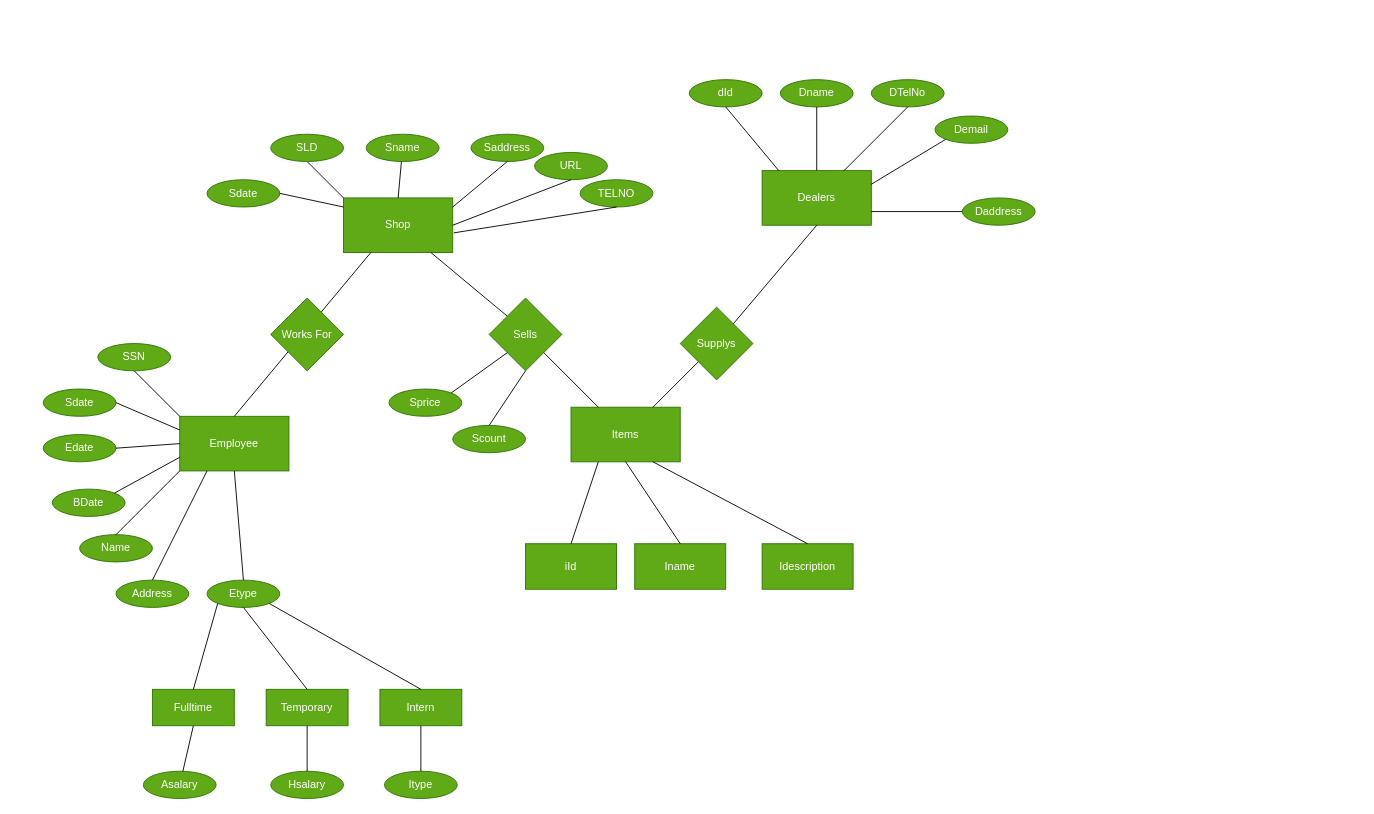
Before: EER_Diagram.drawio in n1ck007/cse3330_project, a draw.io diagram. Source tidied: cells renumbered, new cells numbered last; positions are measured from the earlier drawing's top-left corner, leaving out a move shared by most shapes. Both pictures are drawn from the tidied source at 91%, with x=0, y=0 at pixel (43, 79).
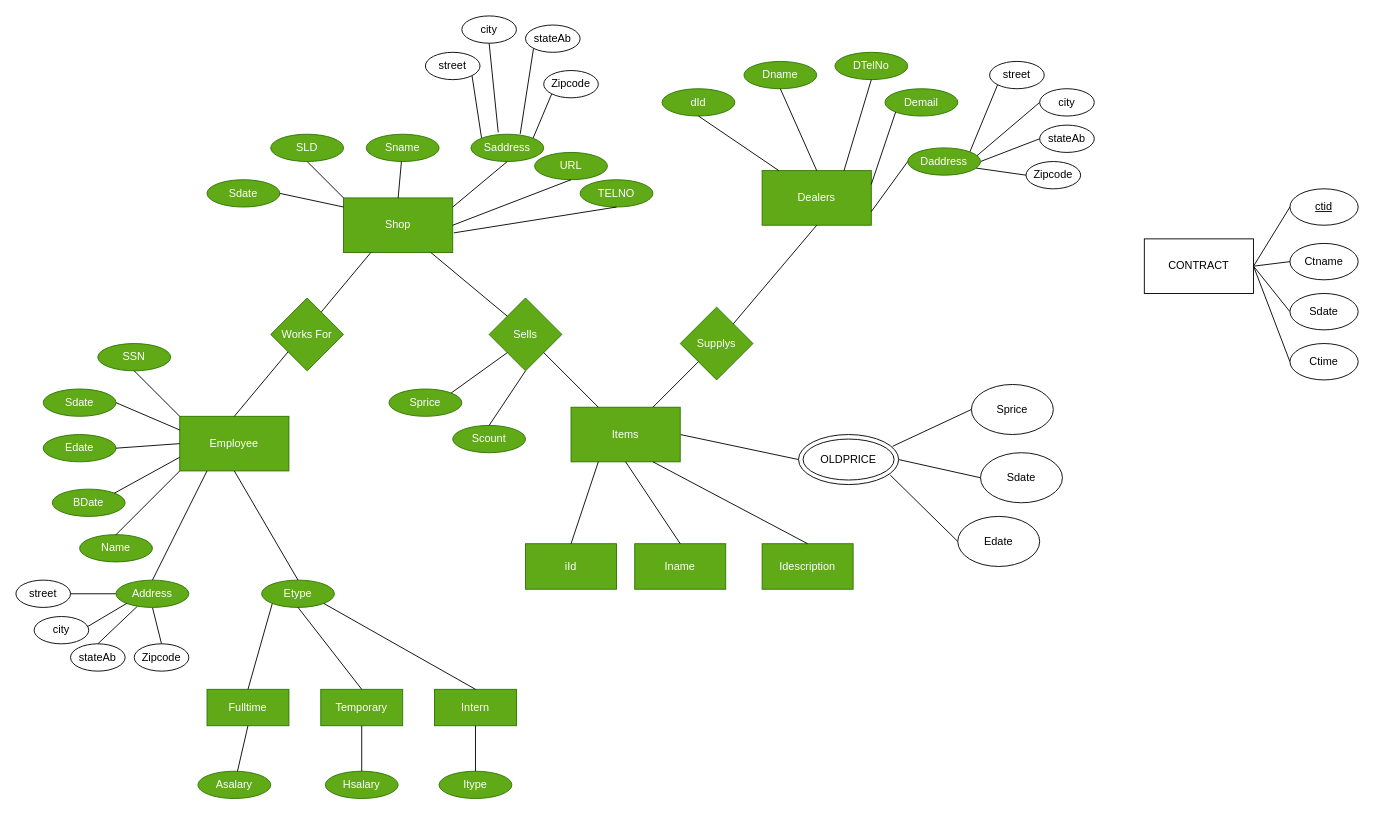
After the change.

The change refers to these unchanged cells:
```xml
<mxCell id="7" value="Saddress" style="ellipse;whiteSpace=wrap;html=1;fillColor=#60a917;fontColor=#ffffff;strokeColor=#2D7600;" parent="1" vertex="1">
  <mxGeometry x="470" y="60" width="80" height="30" as="geometry" />
</mxCell>
<mxCell id="23" value="Address" style="ellipse;whiteSpace=wrap;html=1;fillColor=#60a917;fontColor=#ffffff;strokeColor=#2D7600;" parent="1" vertex="1">
  <mxGeometry x="80" y="550" width="80" height="30" as="geometry" />
</mxCell>
<mxCell id="32" value="Items" style="rounded=0;whiteSpace=wrap;html=1;fillColor=#60a917;fontColor=#ffffff;strokeColor=#2D7600;" parent="1" vertex="1">
  <mxGeometry x="580" y="360" width="120" height="60" as="geometry" />
</mxCell>
```

The edit, as a diff of the source:
```diff
@@
+    <mxCell id="72" style="edgeStyle=none;rounded=0;jettySize=auto;html=1;exitX=0;exitY=0;exitDx=0;exitDy=0;entryX=1;entryY=1;entryDx=0;entryDy=0;fontFamily=Helvetica;fontSize=12;fontColor=default;endArrow=none;endFill=0;" parent="1" edge="1" source="7" target="104">
+      <mxGeometry relative="1" as="geometry" />
+    </mxCell>
+    <mxCell id="73" style="edgeStyle=none;rounded=0;jettySize=auto;html=1;entryX=0.5;entryY=1;entryDx=0;entryDy=0;fontFamily=Helvetica;fontSize=12;fontColor=default;endArrow=none;endFill=0;exitX=0.375;exitY=-0.067;exitDx=0;exitDy=0;exitPerimeter=0;" parent="1" edge="1" source="7" target="105">
+      <mxGeometry relative="1" as="geometry" />
+    </mxCell>
+    <mxCell id="74" style="edgeStyle=none;rounded=0;jettySize=auto;html=1;exitX=0.677;exitY=-0.011;exitDx=0;exitDy=0;entryX=0;entryY=1;entryDx=0;entryDy=0;fontFamily=Helvetica;fontSize=12;fontColor=default;endArrow=none;endFill=0;exitPerimeter=0;" parent="1" edge="1" source="7" target="106">
+      <mxGeometry relative="1" as="geometry" />
+    </mxCell>
+    <mxCell id="75" style="edgeStyle=none;rounded=0;jettySize=auto;html=1;exitX=1;exitY=0;exitDx=0;exitDy=0;entryX=0;entryY=1;entryDx=0;entryDy=0;fontFamily=Helvetica;fontSize=12;fontColor=default;endArrow=none;endFill=0;" parent="1" edge="1" source="7" target="107">
+      <mxGeometry relative="1" as="geometry" />
+    </mxCell>
@@
+    <mxCell id="76" style="edgeStyle=none;rounded=0;jettySize=auto;html=1;exitX=0.5;exitY=1;exitDx=0;exitDy=0;entryX=0.5;entryY=0;entryDx=0;entryDy=0;fontFamily=Helvetica;fontSize=12;fontColor=default;endArrow=none;endFill=0;" parent="1" edge="1" source="23" target="111">
+      <mxGeometry relative="1" as="geometry" />
+    </mxCell>
+    <mxCell id="77" style="edgeStyle=none;rounded=0;jettySize=auto;html=1;exitX=0.292;exitY=0.961;exitDx=0;exitDy=0;entryX=0.5;entryY=0;entryDx=0;entryDy=0;fontFamily=Helvetica;fontSize=12;fontColor=default;endArrow=none;endFill=0;exitPerimeter=0;" parent="1" edge="1" source="23" target="110">
+      <mxGeometry relative="1" as="geometry" />
+    </mxCell>
+    <mxCell id="78" style="edgeStyle=none;rounded=0;jettySize=auto;html=1;exitX=0;exitY=0.5;exitDx=0;exitDy=0;entryX=1;entryY=0.5;entryDx=0;entryDy=0;fontFamily=Helvetica;fontSize=12;fontColor=default;endArrow=none;endFill=0;" parent="1" edge="1" source="23" target="108">
+      <mxGeometry relative="1" as="geometry" />
+    </mxCell>
@@
+    <mxCell id="79" style="edgeStyle=none;rounded=0;jettySize=auto;html=1;exitX=1;exitY=0.5;exitDx=0;exitDy=0;entryX=0;entryY=0.5;entryDx=0;entryDy=0;endArrow=none;endFill=0;" parent="1" edge="1" source="32" target="87">
+      <mxGeometry relative="1" as="geometry" />
+    </mxCell>
@@
     <mxCell id="40" value="Dname" style="ellipse;whiteSpace=wrap;html=1;fillColor=#60a917;fontColor=#ffffff;strokeColor=#2D7600;" parent="1" vertex="1">
-      <mxGeometry x="810" width="80" height="30" as="geometry" />
+      <mxGeometry x="770" y="-20" width="80" height="30" as="geometry" />
     </mxCell>
     <mxCell id="41" value="Etype" style="ellipse;whiteSpace=wrap;html=1;fillColor=#60a917;fontColor=#ffffff;strokeColor=#2D7600;" parent="1" vertex="1">
-      <mxGeometry x="180" y="550" width="80" height="30" as="geometry" />
+      <mxGeometry x="240" y="550" width="80" height="30" as="geometry" />
     </mxCell>
@@
     <mxCell id="43" value="Fulltime" style="rounded=0;whiteSpace=wrap;html=1;fillColor=#60a917;fontColor=#ffffff;strokeColor=#2D7600;" parent="1" vertex="1">
-      <mxGeometry x="120" y="670" width="90" height="40" as="geometry" />
+      <mxGeometry x="180" y="670" width="90" height="40" as="geometry" />
     </mxCell>
     <mxCell id="44" value="&amp;nbsp;Temporary&amp;nbsp;" style="rounded=0;whiteSpace=wrap;html=1;fillColor=#60a917;fontColor=#ffffff;strokeColor=#2D7600;" parent="1" vertex="1">
-      <mxGeometry x="245" y="670" width="90" height="40" as="geometry" />
+      <mxGeometry x="305" y="670" width="90" height="40" as="geometry" />
     </mxCell>
     <mxCell id="45" value="Intern" style="rounded=0;whiteSpace=wrap;html=1;fillColor=#60a917;fontColor=#ffffff;strokeColor=#2D7600;" parent="1" vertex="1">
-      <mxGeometry x="370" y="670" width="90" height="40" as="geometry" />
+      <mxGeometry x="430" y="670" width="90" height="40" as="geometry" />
     </mxCell>
@@
     <mxCell id="49" value="Asalary" style="ellipse;whiteSpace=wrap;html=1;fillColor=#60a917;fontColor=#ffffff;strokeColor=#2D7600;" parent="1" vertex="1">
-      <mxGeometry x="110" y="760" width="80" height="30" as="geometry" />
+      <mxGeometry x="170" y="760" width="80" height="30" as="geometry" />
     </mxCell>
     <mxCell id="50" value="Hsalary" style="ellipse;whiteSpace=wrap;html=1;fillColor=#60a917;fontColor=#ffffff;strokeColor=#2D7600;" parent="1" vertex="1">
-      <mxGeometry x="250" y="760" width="80" height="30" as="geometry" />
+      <mxGeometry x="310" y="760" width="80" height="30" as="geometry" />
     </mxCell>
     <mxCell id="51" value="Itype" style="ellipse;whiteSpace=wrap;html=1;fillColor=#60a917;fontColor=#ffffff;strokeColor=#2D7600;" parent="1" vertex="1">
-      <mxGeometry x="375" y="760" width="80" height="30" as="geometry" />
+      <mxGeometry x="435" y="760" width="80" height="30" as="geometry" />
     </mxCell>
@@
     <mxCell id="55" value="dId" style="ellipse;whiteSpace=wrap;html=1;fillColor=#60a917;fontColor=#ffffff;strokeColor=#2D7600;" parent="1" vertex="1">
-      <mxGeometry x="710" width="80" height="30" as="geometry" />
+      <mxGeometry x="680" y="10" width="80" height="30" as="geometry" />
     </mxCell>
@@
     <mxCell id="58" value="DTelNo" style="ellipse;whiteSpace=wrap;html=1;fillColor=#60a917;fontColor=#ffffff;strokeColor=#2D7600;" parent="1" vertex="1">
-      <mxGeometry x="910" width="80" height="30" as="geometry" />
+      <mxGeometry x="870" y="-30" width="80" height="30" as="geometry" />
     </mxCell>
@@
     <mxCell id="60" value="&lt;br&gt;Demail&lt;div&gt;&lt;br&gt;&lt;/div&gt;" style="ellipse;whiteSpace=wrap;html=1;fillColor=#60a917;fontColor=#ffffff;strokeColor=#2D7600;" parent="1" vertex="1">
-      <mxGeometry x="980" y="40" width="80" height="30" as="geometry" />
+      <mxGeometry x="925" y="10" width="80" height="30" as="geometry" />
     </mxCell>
+    <mxCell id="80" style="edgeStyle=none;rounded=0;jettySize=auto;html=1;exitX=1;exitY=0;exitDx=0;exitDy=0;entryX=0;entryY=1;entryDx=0;entryDy=0;fontFamily=Helvetica;fontSize=12;fontColor=default;endArrow=none;endFill=0;" parent="1" edge="1" source="61" target="100">
+      <mxGeometry relative="1" as="geometry" />
+    </mxCell>
+    <mxCell id="81" style="edgeStyle=none;rounded=0;jettySize=auto;html=1;exitX=0.948;exitY=0.294;exitDx=0;exitDy=0;entryX=0;entryY=0.5;entryDx=0;entryDy=0;fontFamily=Helvetica;fontSize=12;fontColor=default;endArrow=none;endFill=0;exitPerimeter=0;" parent="1" edge="1" source="61" target="101">
+      <mxGeometry relative="1" as="geometry" />
+    </mxCell>
+    <mxCell id="82" style="edgeStyle=none;rounded=0;jettySize=auto;html=1;exitX=0.938;exitY=0.739;exitDx=0;exitDy=0;entryX=0;entryY=0.5;entryDx=0;entryDy=0;fontFamily=Helvetica;fontSize=12;fontColor=default;endArrow=none;endFill=0;exitPerimeter=0;" parent="1" edge="1" source="61" target="103">
+      <mxGeometry relative="1" as="geometry" />
+    </mxCell>
+    <mxCell id="83" style="edgeStyle=none;rounded=0;jettySize=auto;html=1;exitX=1;exitY=0.5;exitDx=0;exitDy=0;entryX=0;entryY=0.5;entryDx=0;entryDy=0;fontFamily=Helvetica;fontSize=12;fontColor=default;endArrow=none;endFill=0;" parent="1" edge="1" source="61" target="102">
+      <mxGeometry relative="1" as="geometry" />
+    </mxCell>
     <mxCell id="61" value="Daddress" style="ellipse;whiteSpace=wrap;html=1;fillColor=#60a917;fontColor=#ffffff;strokeColor=#2D7600;" parent="1" vertex="1">
-      <mxGeometry x="1010" y="130" width="80" height="30" as="geometry" />
+      <mxGeometry x="950" y="75" width="80" height="30" as="geometry" />
     </mxCell>
@@
+    <mxCell id="84" style="edgeStyle=none;rounded=0;jettySize=auto;html=1;exitX=0.939;exitY=0.236;exitDx=0;exitDy=0;entryX=0;entryY=0.5;entryDx=0;entryDy=0;fontFamily=Helvetica;fontSize=12;fontColor=default;exitPerimeter=0;endArrow=none;endFill=0;" parent="1" edge="1" source="87" target="88">
+      <mxGeometry relative="1" as="geometry" />
+    </mxCell>
+    <mxCell id="85" style="edgeStyle=none;rounded=0;jettySize=auto;html=1;exitX=1;exitY=0.5;exitDx=0;exitDy=0;entryX=0;entryY=0.5;entryDx=0;entryDy=0;fontFamily=Helvetica;fontSize=12;fontColor=default;endArrow=none;endFill=0;" parent="1" edge="1" source="87" target="89">
+      <mxGeometry relative="1" as="geometry" />
+    </mxCell>
+    <mxCell id="86" style="edgeStyle=none;rounded=0;jettySize=auto;html=1;exitX=0.917;exitY=0.812;exitDx=0;exitDy=0;entryX=0;entryY=0.5;entryDx=0;entryDy=0;fontFamily=Helvetica;fontSize=12;fontColor=default;exitPerimeter=0;endArrow=none;endFill=0;" parent="1" edge="1" source="87" target="90">
+      <mxGeometry relative="1" as="geometry" />
+    </mxCell>
+    <mxCell id="87" value="OLDPRICE" style="shape=doubleEllipse;whiteSpace=wrap;html=1;backgroundOutline=0;margin=5;" parent="1" vertex="1">
+      <mxGeometry x="830" y="390" width="110" height="55" as="geometry" />
+    </mxCell>
+    <mxCell id="88" value="Sprice" style="ellipse;whiteSpace=wrap;html=1;strokeColor=default;align=center;verticalAlign=middle;fontFamily=Helvetica;fontSize=12;fontColor=default;fillColor=default;" parent="1" vertex="1">
+      <mxGeometry x="1020" y="335" width="90" height="55" as="geometry" />
+    </mxCell>
+    <mxCell id="89" value="Sdate" style="ellipse;whiteSpace=wrap;html=1;strokeColor=default;align=center;verticalAlign=middle;fontFamily=Helvetica;fontSize=12;fontColor=default;fillColor=default;" parent="1" vertex="1">
+      <mxGeometry x="1030" y="410" width="90" height="55" as="geometry" />
+    </mxCell>
+    <mxCell id="90" value="Edate" style="ellipse;whiteSpace=wrap;html=1;strokeColor=default;align=center;verticalAlign=middle;fontFamily=Helvetica;fontSize=12;fontColor=default;fillColor=default;" parent="1" vertex="1">
+      <mxGeometry x="1005" y="480" width="90" height="55" as="geometry" />
+    </mxCell>
+    <mxCell id="91" style="edgeStyle=none;rounded=0;jettySize=auto;html=1;exitX=1;exitY=0.5;exitDx=0;exitDy=0;entryX=0;entryY=0.5;entryDx=0;entryDy=0;fontFamily=Helvetica;fontSize=12;fontColor=default;endArrow=none;endFill=0;" parent="1" edge="1" source="95" target="96">
+      <mxGeometry relative="1" as="geometry" />
+    </mxCell>
+    <mxCell id="92" style="edgeStyle=none;rounded=0;jettySize=auto;html=1;exitX=1;exitY=0.5;exitDx=0;exitDy=0;entryX=0;entryY=0.5;entryDx=0;entryDy=0;fontFamily=Helvetica;fontSize=12;fontColor=default;endArrow=none;endFill=0;" parent="1" edge="1" source="95" target="97">
+      <mxGeometry relative="1" as="geometry" />
+    </mxCell>
+    <mxCell id="93" style="edgeStyle=none;rounded=0;jettySize=auto;html=1;exitX=1;exitY=0.5;exitDx=0;exitDy=0;entryX=0;entryY=0.5;entryDx=0;entryDy=0;fontFamily=Helvetica;fontSize=12;fontColor=default;endArrow=none;endFill=0;" parent="1" edge="1" source="95" target="98">
+      <mxGeometry relative="1" as="geometry" />
+    </mxCell>
+    <mxCell id="94" style="edgeStyle=none;rounded=0;jettySize=auto;html=1;exitX=1;exitY=0.5;exitDx=0;exitDy=0;entryX=0;entryY=0.5;entryDx=0;entryDy=0;fontFamily=Helvetica;fontSize=12;fontColor=default;endArrow=none;endFill=0;" parent="1" edge="1" source="95" target="99">
+      <mxGeometry relative="1" as="geometry" />
+    </mxCell>
+    <mxCell id="95" value="CONTRACT" style="rounded=0;whiteSpace=wrap;html=1;strokeColor=default;align=center;verticalAlign=middle;fontFamily=Helvetica;fontSize=12;fontColor=default;fillColor=default;" parent="1" vertex="1">
+      <mxGeometry x="1210" y="175" width="120" height="60" as="geometry" />
+    </mxCell>
+    <mxCell id="96" value="&lt;u&gt;ctid&lt;/u&gt;" style="ellipse;whiteSpace=wrap;html=1;strokeColor=default;align=center;verticalAlign=middle;fontFamily=Helvetica;fontSize=12;fontColor=default;fillColor=default;" parent="1" vertex="1">
+      <mxGeometry x="1370" y="120" width="75" height="40" as="geometry" />
+    </mxCell>
+    <mxCell id="97" value="Ctname" style="ellipse;whiteSpace=wrap;html=1;strokeColor=default;align=center;verticalAlign=middle;fontFamily=Helvetica;fontSize=12;fontColor=default;fillColor=default;" parent="1" vertex="1">
+      <mxGeometry x="1370" y="180" width="75" height="40" as="geometry" />
+    </mxCell>
+    <mxCell id="98" value="Sdate" style="ellipse;whiteSpace=wrap;html=1;strokeColor=default;align=center;verticalAlign=middle;fontFamily=Helvetica;fontSize=12;fontColor=default;fillColor=default;" parent="1" vertex="1">
+      <mxGeometry x="1370" y="235" width="75" height="40" as="geometry" />
+    </mxCell>
+    <mxCell id="99" value="Ctime" style="ellipse;whiteSpace=wrap;html=1;strokeColor=default;align=center;verticalAlign=middle;fontFamily=Helvetica;fontSize=12;fontColor=default;fillColor=default;" parent="1" vertex="1">
+      <mxGeometry x="1370" y="290" width="75" height="40" as="geometry" />
+    </mxCell>
+    <mxCell id="100" value="street" style="ellipse;whiteSpace=wrap;html=1;strokeColor=default;align=center;verticalAlign=middle;fontFamily=Helvetica;fontSize=12;fontColor=default;fillColor=default;" parent="1" vertex="1">
+      <mxGeometry x="1040" y="-20" width="60" height="30" as="geometry" />
+    </mxCell>
+    <mxCell id="101" value="city" style="ellipse;whiteSpace=wrap;html=1;strokeColor=default;align=center;verticalAlign=middle;fontFamily=Helvetica;fontSize=12;fontColor=default;fillColor=default;" parent="1" vertex="1">
+      <mxGeometry x="1095" y="10" width="60" height="30" as="geometry" />
+    </mxCell>
+    <mxCell id="102" value="stateAb" style="ellipse;whiteSpace=wrap;html=1;strokeColor=default;align=center;verticalAlign=middle;fontFamily=Helvetica;fontSize=12;fontColor=default;fillColor=default;" parent="1" vertex="1">
+      <mxGeometry x="1095" y="50" width="60" height="30" as="geometry" />
+    </mxCell>
+    <mxCell id="103" value="Zipcode" style="ellipse;whiteSpace=wrap;html=1;strokeColor=default;align=center;verticalAlign=middle;fontFamily=Helvetica;fontSize=12;fontColor=default;fillColor=default;" parent="1" vertex="1">
+      <mxGeometry x="1080" y="90" width="60" height="30" as="geometry" />
+    </mxCell>
+    <mxCell id="104" value="street" style="ellipse;whiteSpace=wrap;html=1;strokeColor=default;align=center;verticalAlign=middle;fontFamily=Helvetica;fontSize=12;fontColor=default;fillColor=default;" parent="1" vertex="1">
+      <mxGeometry x="420" y="-30" width="60" height="30" as="geometry" />
+    </mxCell>
+    <mxCell id="105" value="city" style="ellipse;whiteSpace=wrap;html=1;strokeColor=default;align=center;verticalAlign=middle;fontFamily=Helvetica;fontSize=12;fontColor=default;fillColor=default;" parent="1" vertex="1">
+      <mxGeometry x="460" y="-70" width="60" height="30" as="geometry" />
+    </mxCell>
+    <mxCell id="106" value="stateAb" style="ellipse;whiteSpace=wrap;html=1;strokeColor=default;align=center;verticalAlign=middle;fontFamily=Helvetica;fontSize=12;fontColor=default;fillColor=default;" parent="1" vertex="1">
+      <mxGeometry x="530" y="-60" width="60" height="30" as="geometry" />
+    </mxCell>
+    <mxCell id="107" value="Zipcode" style="ellipse;whiteSpace=wrap;html=1;strokeColor=default;align=center;verticalAlign=middle;fontFamily=Helvetica;fontSize=12;fontColor=default;fillColor=default;" parent="1" vertex="1">
+      <mxGeometry x="550" y="-10" width="60" height="30" as="geometry" />
+    </mxCell>
+    <mxCell id="108" value="street" style="ellipse;whiteSpace=wrap;html=1;strokeColor=default;align=center;verticalAlign=middle;fontFamily=Helvetica;fontSize=12;fontColor=default;fillColor=default;" parent="1" vertex="1">
+      <mxGeometry x="-30" y="550" width="60" height="30" as="geometry" />
+    </mxCell>
+    <mxCell id="109" value="city" style="ellipse;whiteSpace=wrap;html=1;strokeColor=default;align=center;verticalAlign=middle;fontFamily=Helvetica;fontSize=12;fontColor=default;fillColor=default;" parent="1" vertex="1">
+      <mxGeometry x="-10" y="590" width="60" height="30" as="geometry" />
+    </mxCell>
+    <mxCell id="110" value="stateAb" style="ellipse;whiteSpace=wrap;html=1;strokeColor=default;align=center;verticalAlign=middle;fontFamily=Helvetica;fontSize=12;fontColor=default;fillColor=default;" parent="1" vertex="1">
+      <mxGeometry x="30" y="620" width="60" height="30" as="geometry" />
+    </mxCell>
+    <mxCell id="111" value="Zipcode" style="ellipse;whiteSpace=wrap;html=1;strokeColor=default;align=center;verticalAlign=middle;fontFamily=Helvetica;fontSize=12;fontColor=default;fillColor=default;" parent="1" vertex="1">
+      <mxGeometry x="100" y="620" width="60" height="30" as="geometry" />
+    </mxCell>
+    <mxCell id="112" style="edgeStyle=none;rounded=0;jettySize=auto;html=1;exitX=0;exitY=1;exitDx=0;exitDy=0;entryX=0.976;entryY=0.372;entryDx=0;entryDy=0;entryPerimeter=0;fontFamily=Helvetica;fontSize=12;fontColor=default;endArrow=none;endFill=0;" parent="1" edge="1" source="23" target="109">
+      <mxGeometry relative="1" as="geometry" />
+    </mxCell>
```
